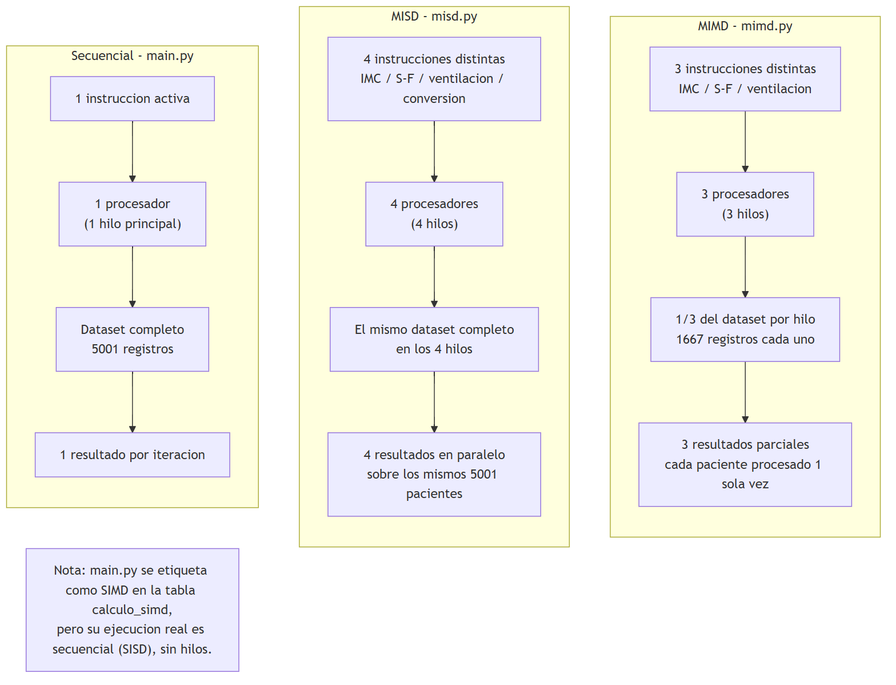
Before: diagramas/img/05-comparacion-arquitecturas.png, a diagram exported from Mermaid (DTiupul/Proyecto_Computacion_Paralela). Its source is kept beside it as diagramas/05-comparacion-arquitecturas.mmd. The source it was exported from:
```mermaid
flowchart LR
    subgraph SISD["Secuencial - main.py"]
        direction TB
        S1["1 instruccion activa"] --> S2["1 procesador<br/>(1 hilo principal)"]
        S2 --> S3["Dataset completo<br/>5001 registros"]
        S3 --> S4["1 resultado por iteracion"]
    end

    subgraph MISD_A["MISD - misd.py"]
        direction TB
        M1["4 instrucciones distintas<br/>IMC / S-F / ventilacion / conversion"] --> M2["4 procesadores<br/>(4 hilos)"]
        M2 --> M3["El mismo dataset completo<br/>en los 4 hilos"]
        M3 --> M4["4 resultados en paralelo<br/>sobre los mismos 5001 pacientes"]
    end

    subgraph MIMD_A["MIMD - mimd.py"]
        direction TB
        D1["3 instrucciones distintas<br/>IMC / S-F / ventilacion"] --> D2["3 procesadores<br/>(3 hilos)"]
        D2 --> D3["1/3 del dataset por hilo<br/>1667 registros cada uno"]
        D3 --> D4["3 resultados parciales<br/>cada paciente procesado 1 sola vez"]
    end

    SISD ~~~ MISD_A
    MISD_A ~~~ MIMD_A

    NOTE["Nota: main.py se etiqueta como SIMD en la tabla calculo_simd,<br/>pero su ejecucion real es secuencial (SISD), sin hilos."]
```
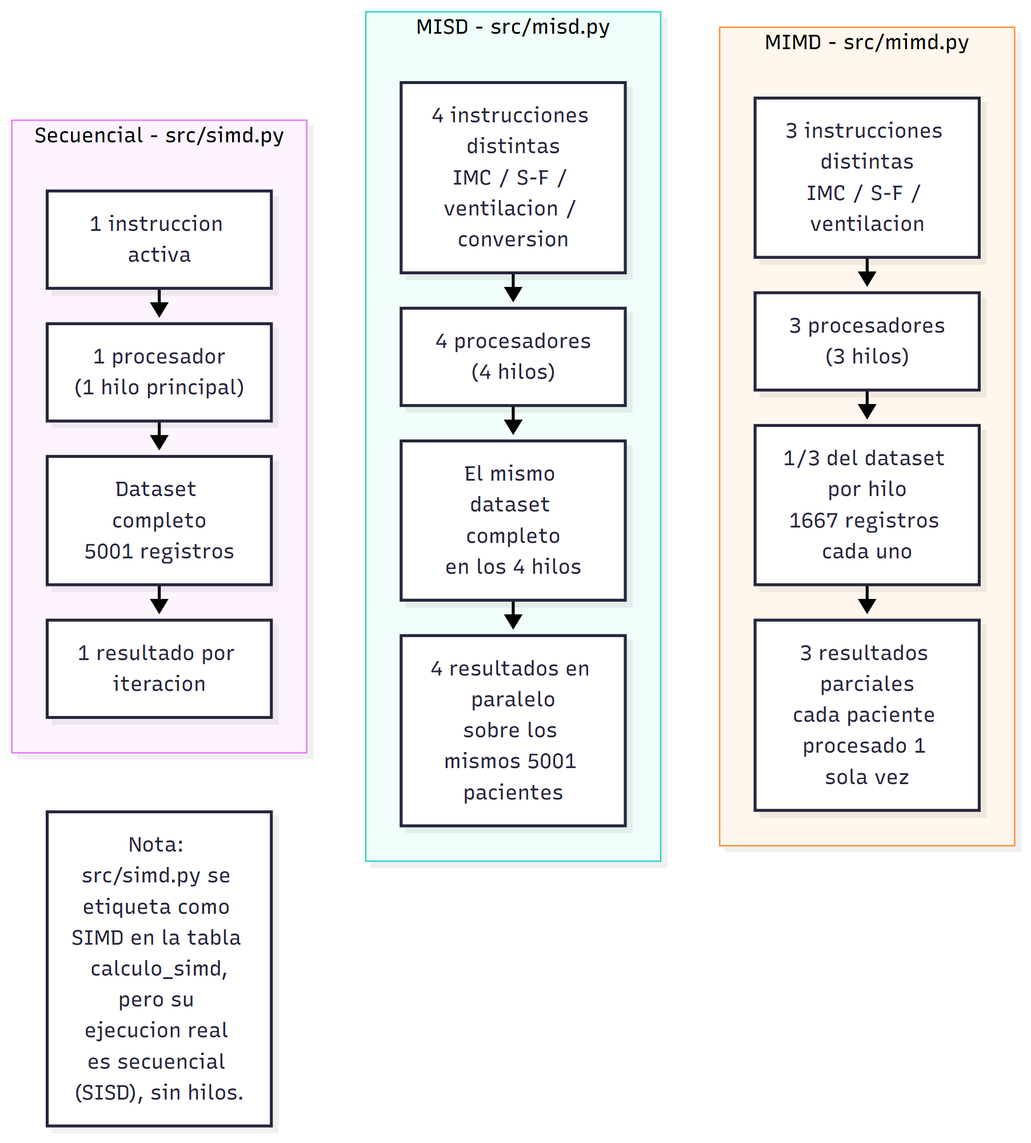
After the commit.

Diff of the diagram source:
```diff
@@ -1,19 +1,19 @@
 flowchart LR
-    subgraph SISD["Secuencial - main.py"]
+    subgraph SISD["Secuencial - src/simd.py"]
         direction TB
         S1["1 instruccion activa"] --> S2["1 procesador<br/>(1 hilo principal)"]
         S2 --> S3["Dataset completo<br/>5001 registros"]
         S3 --> S4["1 resultado por iteracion"]
     end
 
-    subgraph MISD_A["MISD - misd.py"]
+    subgraph MISD_A["MISD - src/misd.py"]
         direction TB
         M1["4 instrucciones distintas<br/>IMC / S-F / ventilacion / conversion"] --> M2["4 procesadores<br/>(4 hilos)"]
         M2 --> M3["El mismo dataset completo<br/>en los 4 hilos"]
         M3 --> M4["4 resultados en paralelo<br/>sobre los mismos 5001 pacientes"]
     end
 
-    subgraph MIMD_A["MIMD - mimd.py"]
+    subgraph MIMD_A["MIMD - src/mimd.py"]
         direction TB
         D1["3 instrucciones distintas<br/>IMC / S-F / ventilacion"] --> D2["3 procesadores<br/>(3 hilos)"]
         D2 --> D3["1/3 del dataset por hilo<br/>1667 registros cada uno"]
@@ -23,4 +23,4 @@
     SISD ~~~ MISD_A
     MISD_A ~~~ MIMD_A
 
-    NOTE["Nota: main.py se etiqueta como SIMD en la tabla calculo_simd,<br/>pero su ejecucion real es secuencial (SISD), sin hilos."]
+    NOTE["Nota: src/simd.py se etiqueta como SIMD en la tabla calculo_simd,<br/>pero su ejecucion real es secuencial (SISD), sin hilos."]
```
